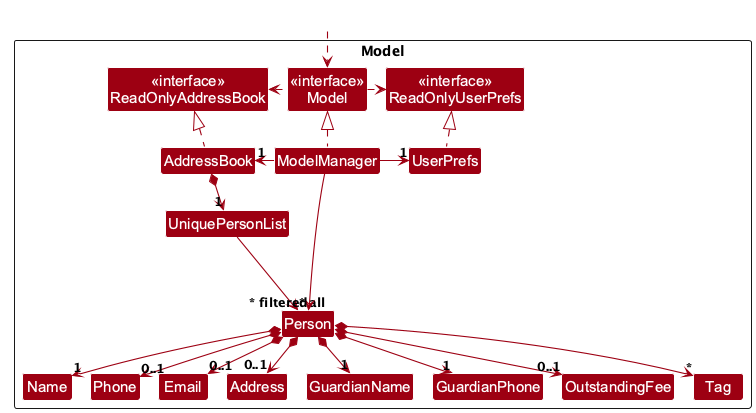
Before: docs/images/ModelClassDiagram.png, a diagram exported from PlantUML (AY2627S1-CS2103T-F09-2a/tp).
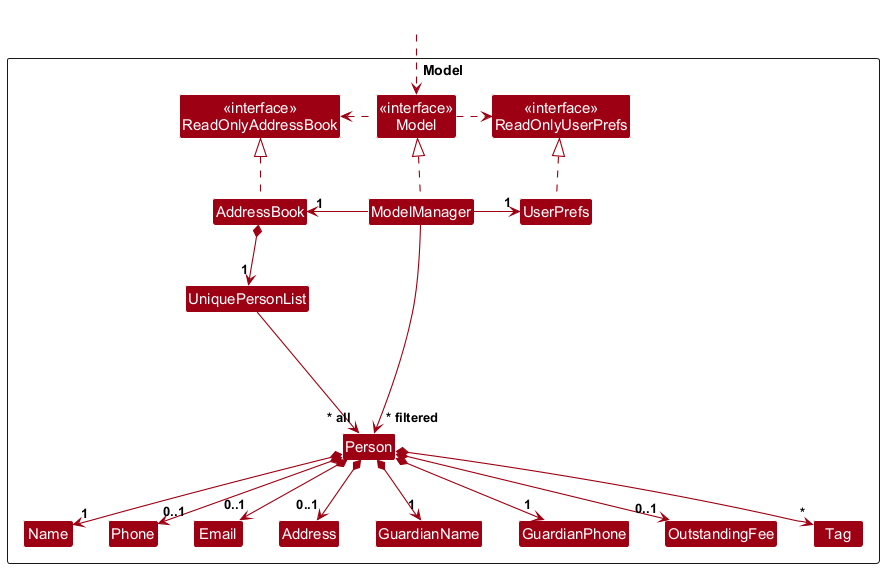
The same diagram one commit later.

Commit message:
Separate model diagram association labels

The Model diagram routes the all-student and filtered-student
associations into Person at the same point. At the DG embed width,
the role labels overprint and are hard to distinguish.

Route the two associations from distinct directions and regenerate
the PNG while keeping their endpoints and multiplicities. Link the
embedded image to its full-resolution version for closer inspection.

The edit, as a diff of the source:
```diff
@@ -1,5 +1,4 @@
 @startuml
-!pragma layout smetana
 !include style.puml
 skinparam arrowThickness 1.1
 skinparam arrowColor MODEL_COLOR
@@ -40,7 +39,7 @@
 UserPrefs .up.|> ReadOnlyUserPrefs
 
 AddressBook *--> "1" UniquePersonList
-UniquePersonList --> "~* all" Person
+UniquePersonList -down-> "~* all" Person
 Person *--> "1" Name
 Person *--> "0..1" Phone
 Person *--> "0..1" Email
@@ -57,5 +56,5 @@
 Phone -[hidden]right-> Email
 Email -[hidden]right-> Address
 
-ModelManager --> "~* filtered" Person
+ModelManager -right-> "~* filtered" Person
 @enduml
```
